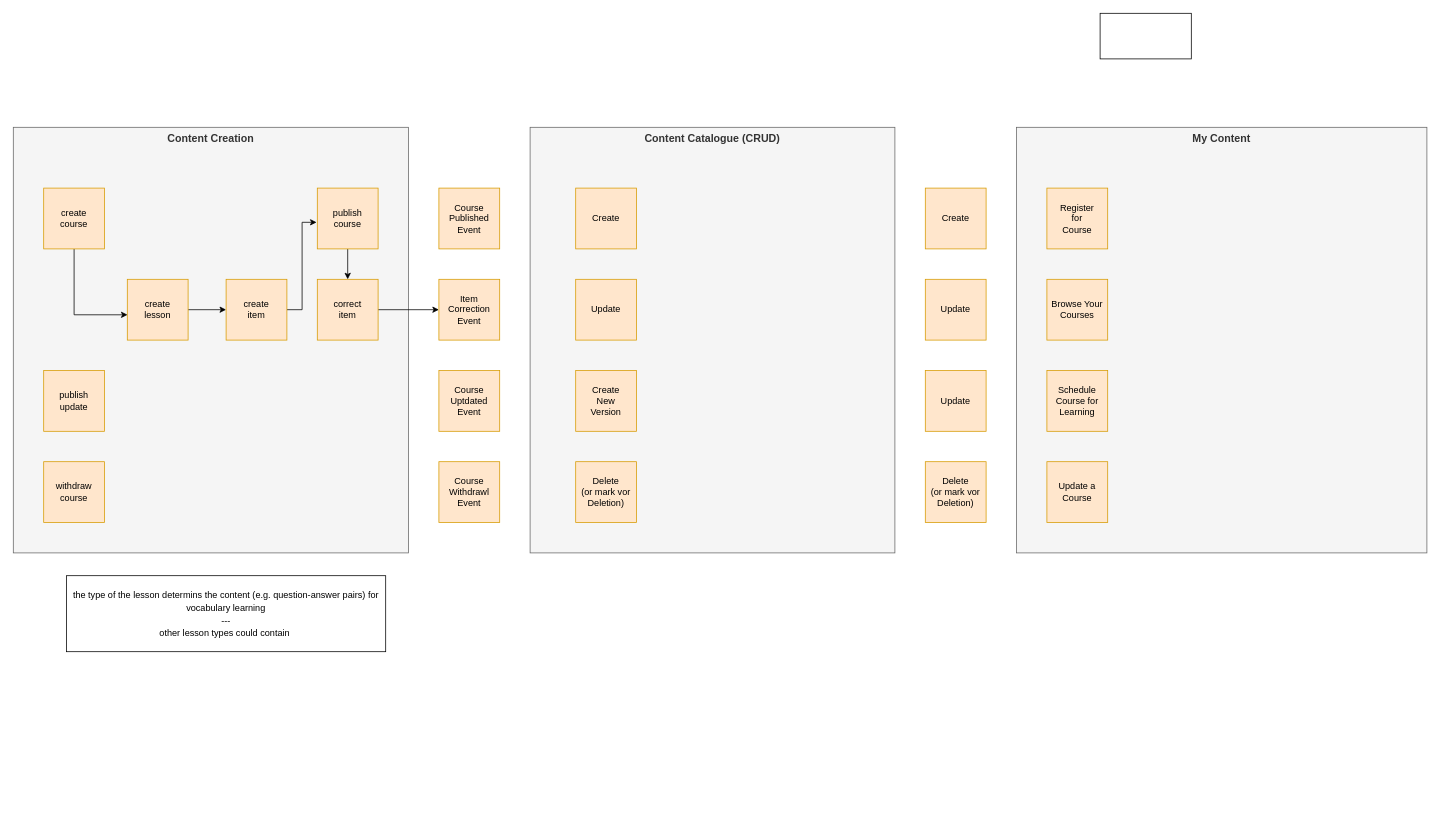
This is doc/strategic_design/drawio/ddd_strategic_design.drawio from StefanSchade/learn-companion, a draw.io file, before an edit. Source tidied: cells renumbered, new cells numbered last; positions are measured from the earlier drawing's top-left corner, leaving out a move shared by most shapes. Both pictures are drawn from the tidied source at 76%, with x=0, y=0 at pixel (13, 13).
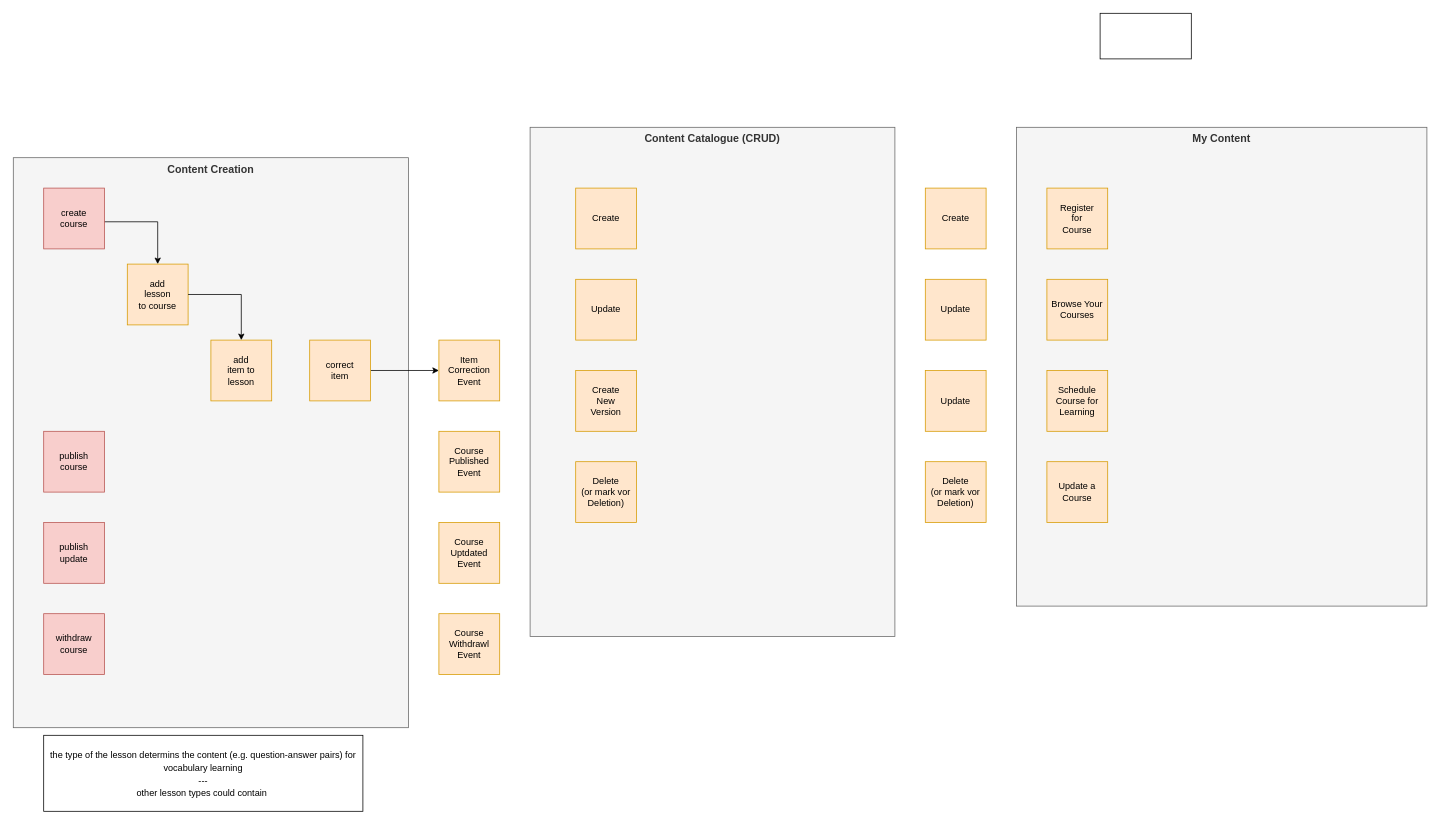
The same diagram, later.

Diff of the diagram source:
```diff
@@
+    <mxCell id="4" value="Content Creation" style="rounded=0;whiteSpace=wrap;html=1;fillColor=#f5f5f5;fontColor=#333333;strokeColor=#666666;verticalAlign=top;fontStyle=1;fontSize=14;" parent="1" vertex="1">
+      <mxGeometry y="190" width="520" height="750" as="geometry" />
+    </mxCell>
+    <mxCell id="11" value="add&lt;br&gt;item to &lt;br&gt;lesson" style="whiteSpace=wrap;html=1;fillColor=#ffe6cc;strokeColor=#d79b00;" parent="1" vertex="1">
+      <mxGeometry x="260" y="430" width="80" height="80" as="geometry" />
+    </mxCell>
+    <mxCell id="20" value="publish&lt;br&gt;update" style="whiteSpace=wrap;html=1;fillColor=#f8cecc;strokeColor=#b85450;" parent="1" vertex="1">
+      <mxGeometry x="40" y="670" width="80" height="80" as="geometry" />
+    </mxCell>
+    <mxCell id="21" value="Course Uptdated&lt;br&gt;Event" style="whiteSpace=wrap;html=1;fillColor=#ffe6cc;strokeColor=#d79b00;" parent="1" vertex="1">
+      <mxGeometry x="560" y="670" width="80" height="80" as="geometry" />
+    </mxCell>
+    <mxCell id="22" value="withdraw&lt;br&gt;course" style="whiteSpace=wrap;html=1;fillColor=#f8cecc;strokeColor=#b85450;" parent="1" vertex="1">
+      <mxGeometry x="40" y="790" width="80" height="80" as="geometry" />
+    </mxCell>
+    <mxCell id="23" value="Course&lt;br&gt;Withdrawl&lt;br&gt;Event" style="whiteSpace=wrap;html=1;fillColor=#ffe6cc;strokeColor=#d79b00;" parent="1" vertex="1">
+      <mxGeometry x="560" y="790" width="80" height="80" as="geometry" />
+    </mxCell>
     <mxCell id="2" value="Content Catalogue (CRUD)" style="rounded=0;whiteSpace=wrap;html=1;fillColor=#f5f5f5;fontColor=#333333;strokeColor=#666666;verticalAlign=top;fontStyle=1;fontSize=14;" parent="1" vertex="1">
-      <mxGeometry x="680" y="150" width="480" height="560" as="geometry" />
+      <mxGeometry x="680" y="150" width="480" height="670" as="geometry" />
     </mxCell>
     <mxCell id="3" value="My Content&lt;br&gt;" style="rounded=0;whiteSpace=wrap;html=1;fillColor=#f5f5f5;fontColor=#333333;strokeColor=#666666;verticalAlign=top;fontStyle=1;fontSize=14;" parent="1" vertex="1">
-      <mxGeometry x="1320" y="150" width="540" height="560" as="geometry" />
+      <mxGeometry x="1320" y="150" width="540" height="630" as="geometry" />
     </mxCell>
-    <mxCell id="4" value="Content Creation" style="rounded=0;whiteSpace=wrap;html=1;fillColor=#f5f5f5;fontColor=#333333;strokeColor=#666666;verticalAlign=top;fontStyle=1;fontSize=14;" parent="1" vertex="1">
-      <mxGeometry y="150" width="520" height="560" as="geometry" />
-    </mxCell>
-    <mxCell id="5" style="edgeStyle=orthogonalEdgeStyle;rounded=0;jettySize=auto;html=1;fontSize=14;entryX=0.004;entryY=0.584;entryDx=0;entryDy=0;entryPerimeter=0;exitX=0.5;exitY=1;exitDx=0;exitDy=0;" parent="1" edge="1" source="6" target="8">
+    <mxCell id="5" style="edgeStyle=orthogonalEdgeStyle;rounded=0;jettySize=auto;html=1;fontSize=14;entryX=0.5;entryY=0;entryDx=0;entryDy=0;exitX=0.975;exitY=0.554;exitDx=0;exitDy=0;exitPerimeter=0;" parent="1" edge="1" source="6" target="8">
       <mxGeometry relative="1" as="geometry" />
     </mxCell>
-    <mxCell id="6" value="create&lt;br&gt;course" style="whiteSpace=wrap;html=1;fillColor=#ffe6cc;strokeColor=#d79b00;" parent="1" vertex="1">
+    <mxCell id="6" value="create&lt;br&gt;course" style="whiteSpace=wrap;html=1;fillColor=#f8cecc;strokeColor=#b85450;" parent="1" vertex="1">
       <mxGeometry x="40" y="230" width="80" height="80" as="geometry" />
     </mxCell>
-    <mxCell id="7" style="edgeStyle=orthogonalEdgeStyle;rounded=0;jettySize=auto;html=1;entryX=0;entryY=0.5;entryDx=0;entryDy=0;fontSize=14;" parent="1" edge="1" source="8" target="11">
-      <mxGeometry relative="1" as="geometry" />
-    </mxCell>
-    <mxCell id="8" value="create&lt;br&gt;lesson" style="whiteSpace=wrap;html=1;fillColor=#ffe6cc;strokeColor=#d79b00;" parent="1" vertex="1">
-      <mxGeometry x="150" y="350" width="80" height="80" as="geometry" />
+    <mxCell id="8" value="add&lt;br&gt;lesson&lt;br&gt;to course" style="whiteSpace=wrap;html=1;fillColor=#ffe6cc;strokeColor=#d79b00;" parent="1" vertex="1">
+      <mxGeometry x="150" y="330" width="80" height="80" as="geometry" />
     </mxCell>
@@
-    <mxCell id="10" style="edgeStyle=orthogonalEdgeStyle;rounded=0;jettySize=auto;html=1;entryX=-0.012;entryY=0.563;entryDx=0;entryDy=0;entryPerimeter=0;fontSize=14;" parent="1" edge="1" source="11" target="19">
-      <mxGeometry relative="1" as="geometry" />
-    </mxCell>
-    <mxCell id="11" value="create &lt;br&gt;item" style="whiteSpace=wrap;html=1;fillColor=#ffe6cc;strokeColor=#d79b00;" parent="1" vertex="1">
-      <mxGeometry x="280" y="350" width="80" height="80" as="geometry" />
-    </mxCell>
     <mxCell id="12" value="Course&lt;br&gt;Published&lt;br&gt;Event" style="whiteSpace=wrap;html=1;fillColor=#ffe6cc;strokeColor=#d79b00;" parent="1" vertex="1">
-      <mxGeometry x="560" y="230" width="80" height="80" as="geometry" />
+      <mxGeometry x="560" y="550" width="80" height="80" as="geometry" />
     </mxCell>
@@
     <mxCell id="14" value="correct &lt;br&gt;item" style="whiteSpace=wrap;html=1;fillColor=#ffe6cc;strokeColor=#d79b00;" parent="1" vertex="1">
-      <mxGeometry x="400" y="350" width="80" height="80" as="geometry" />
+      <mxGeometry x="390" y="430" width="80" height="80" as="geometry" />
     </mxCell>
     <mxCell id="15" value="Item&lt;br&gt;Correction&lt;br&gt;Event" style="whiteSpace=wrap;html=1;fillColor=#ffe6cc;strokeColor=#d79b00;" parent="1" vertex="1">
-      <mxGeometry x="560" y="350" width="80" height="80" as="geometry" />
+      <mxGeometry x="560" y="430" width="80" height="80" as="geometry" />
     </mxCell>
@@
     <mxCell id="17" value="&lt;span style=&quot;font-size: 12px;&quot;&gt;the type of the lesson determins the content (e.g. question-answer pairs) for vocabulary learning&lt;/span&gt;&lt;br style=&quot;font-size: 12px;&quot;&gt;&lt;span style=&quot;font-size: 12px;&quot;&gt;---&lt;/span&gt;&lt;br style=&quot;font-size: 12px;&quot;&gt;&lt;span style=&quot;font-size: 12px;&quot;&gt;other lesson types could contain&amp;nbsp;&lt;/span&gt;" style="rounded=0;whiteSpace=wrap;html=1;fontSize=14;" parent="1" vertex="1">
-      <mxGeometry x="70" y="740" width="420" height="100" as="geometry" />
+      <mxGeometry x="40" y="950" width="420" height="100" as="geometry" />
     </mxCell>
-    <mxCell id="18" style="edgeStyle=orthogonalEdgeStyle;rounded=0;jettySize=auto;html=1;entryX=0.5;entryY=0;entryDx=0;entryDy=0;fontSize=14;" parent="1" edge="1" source="19" target="14">
-      <mxGeometry relative="1" as="geometry" />
-    </mxCell>
-    <mxCell id="19" value="publish&lt;br&gt;course" style="whiteSpace=wrap;html=1;fillColor=#ffe6cc;strokeColor=#d79b00;" parent="1" vertex="1">
-      <mxGeometry x="400" y="230" width="80" height="80" as="geometry" />
+    <mxCell id="19" value="publish&lt;br&gt;course" style="whiteSpace=wrap;html=1;fillColor=#f8cecc;strokeColor=#b85450;" parent="1" vertex="1">
+      <mxGeometry x="40" y="550" width="80" height="80" as="geometry" />
     </mxCell>
-    <mxCell id="20" value="publish&lt;br&gt;update" style="whiteSpace=wrap;html=1;fillColor=#ffe6cc;strokeColor=#d79b00;" parent="1" vertex="1">
-      <mxGeometry x="40" y="470" width="80" height="80" as="geometry" />
-    </mxCell>
-    <mxCell id="21" value="Course Uptdated&lt;br&gt;Event" style="whiteSpace=wrap;html=1;fillColor=#ffe6cc;strokeColor=#d79b00;" parent="1" vertex="1">
-      <mxGeometry x="560" y="470" width="80" height="80" as="geometry" />
-    </mxCell>
-    <mxCell id="22" value="withdraw&lt;br&gt;course" style="whiteSpace=wrap;html=1;fillColor=#ffe6cc;strokeColor=#d79b00;" parent="1" vertex="1">
-      <mxGeometry x="40" y="590" width="80" height="80" as="geometry" />
-    </mxCell>
-    <mxCell id="23" value="Course&lt;br&gt;Withdrawl&lt;br&gt;Event" style="whiteSpace=wrap;html=1;fillColor=#ffe6cc;strokeColor=#d79b00;" parent="1" vertex="1">
-      <mxGeometry x="560" y="590" width="80" height="80" as="geometry" />
-    </mxCell>
@@
+    <mxCell id="7" style="edgeStyle=orthogonalEdgeStyle;rounded=0;jettySize=auto;html=1;fontSize=14;exitX=1;exitY=0.5;exitDx=0;exitDy=0;" parent="1" edge="1" source="8" target="11">
+      <mxGeometry relative="1" as="geometry" />
+    </mxCell>
```
